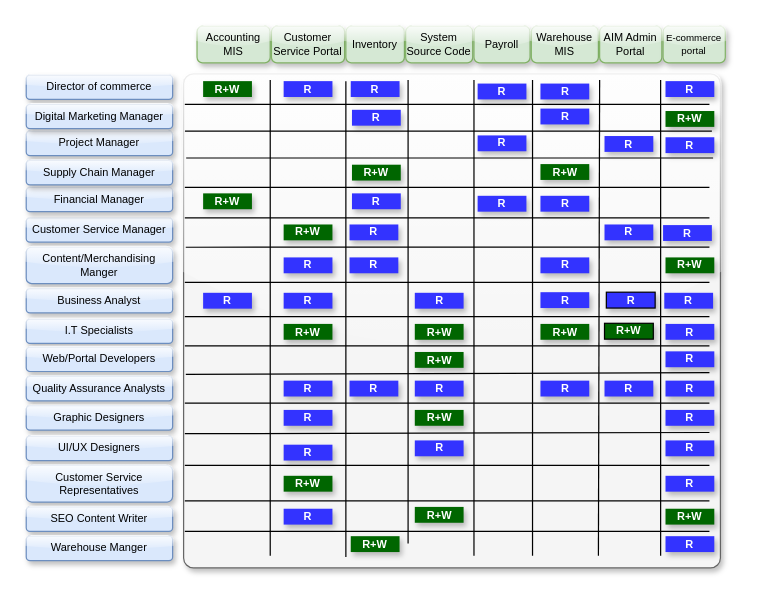
timomwa/cmp keeps this draw.io diagram as src/Untitled Diagram.drawio. Above is the earlier version. Source tidied: cells renumbered, new cells numbered last; positions are measured from the earlier drawing's top-left corner, leaving out a move shared by most shapes. Both pictures are drawn from the tidied source at 122%, with x=0, y=0 at pixel (26, 26).
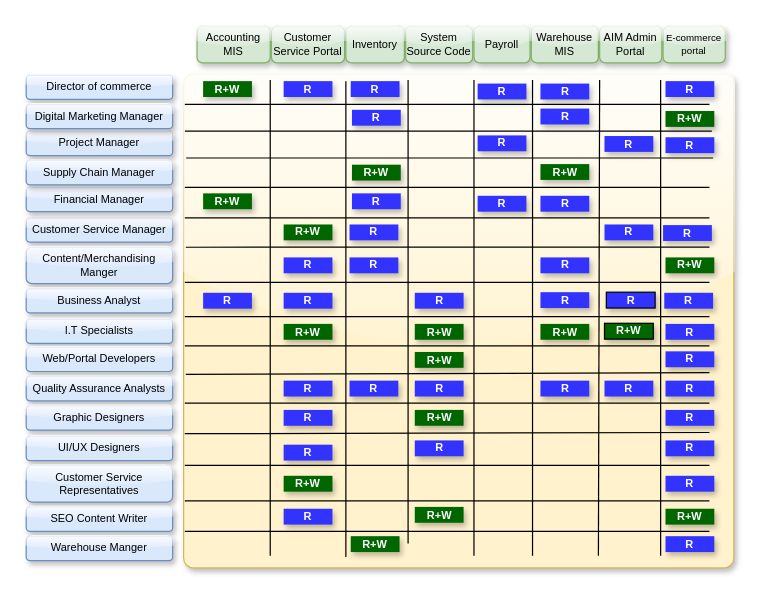
Above is the later version.

Commit message:
RBAC - Knights Greens.drawio

Change to the diagram source:
```diff
@@
-    <mxCell id="14" style="rounded=1;whiteSpace=wrap;html=1;arcSize=2;glass=1;shadow=1;fillColor=#f5f5f5;fontColor=#333333;strokeColor=#666666;" parent="1" vertex="1">
-      <mxGeometry x="129" y="39" width="440" height="405" as="geometry" />
+    <mxCell id="14" style="rounded=1;whiteSpace=wrap;html=1;arcSize=2;glass=1;shadow=1;fillColor=#fff2cc;strokeColor=#d6b656;" parent="1" vertex="1">
+      <mxGeometry x="129" y="39" width="451" height="405" as="geometry" />
     </mxCell>
```
